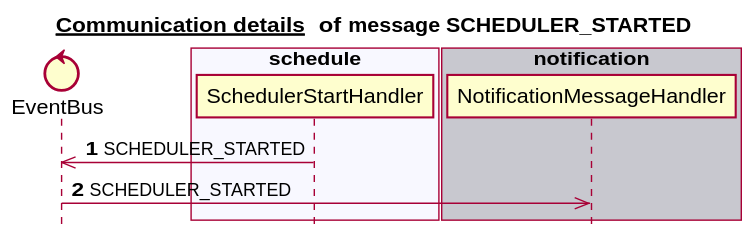
This is docs/latest/images/gen_domain_messaging_scheduler_started.svg from mercedes-benz/sechub, a PlantUML export, as it was before one commit.
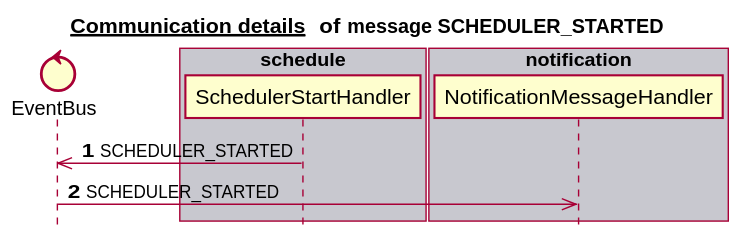
After the commit.

What changed in the source:
```diff
@@ -6,17 +6,17 @@
 
 
 control EventBus
-box "authorization" #C8C8CF
+box "schedule" #C8C8CF
+   participant SchedulerStartHandler
 end box
 box "scan" #F8F8FF
 end box
-box "administration" #C8C8CF
-end box
-box "schedule" #F8F8FF
-   participant SchedulerStartHandler
-end box
 box "notification" #C8C8CF
    participant NotificationMessageHandler
+end box
+box "administration" #F8F8FF
+end box
+box "authorization" #C8C8CF
 end box
 autonumber 1
 SchedulerStartHandler ->> EventBus:SCHEDULER_STARTED
```
